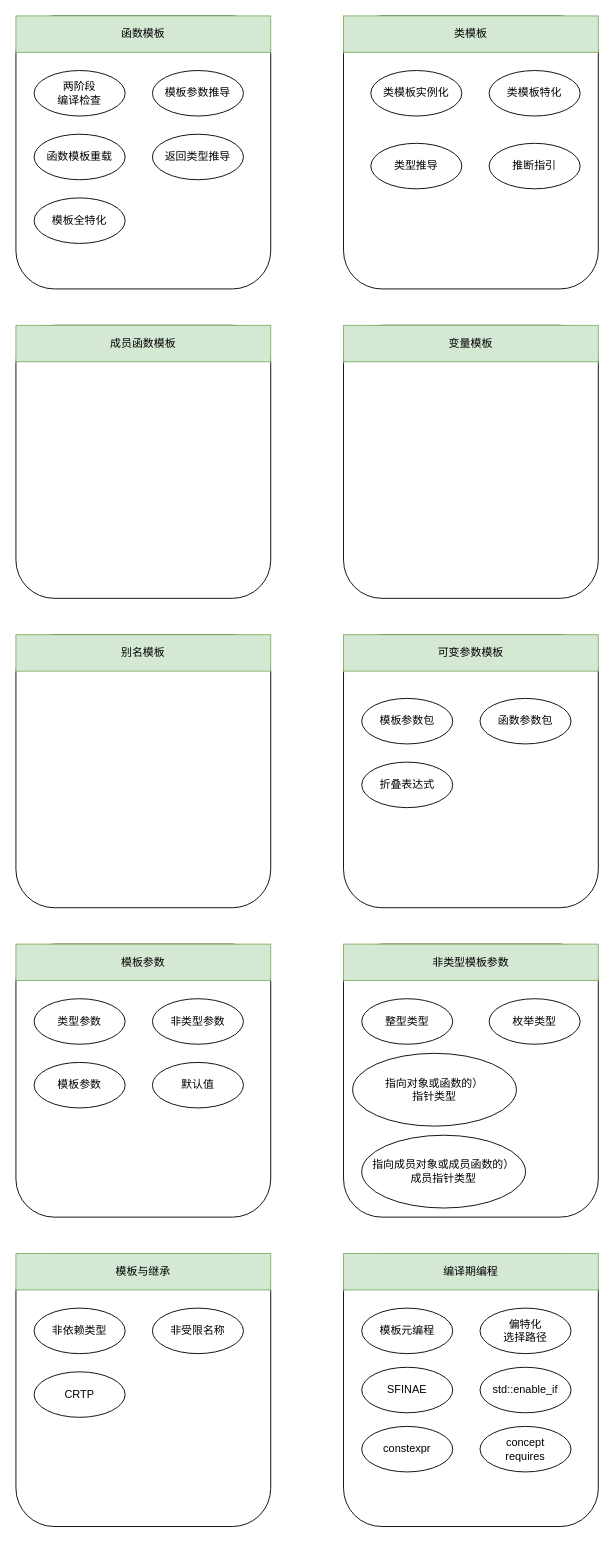
Earlier version of the draw.io diagram cplusplus_template_learning.drawio (ZiqingYip/moment). Source tidied: cells renumbered, new cells numbered last; positions are measured from the earlier drawing's top-left corner, leaving out a move shared by most shapes. Both pictures are drawn from the tidied source at 91%, with x=0, y=0 at pixel (15, 15).
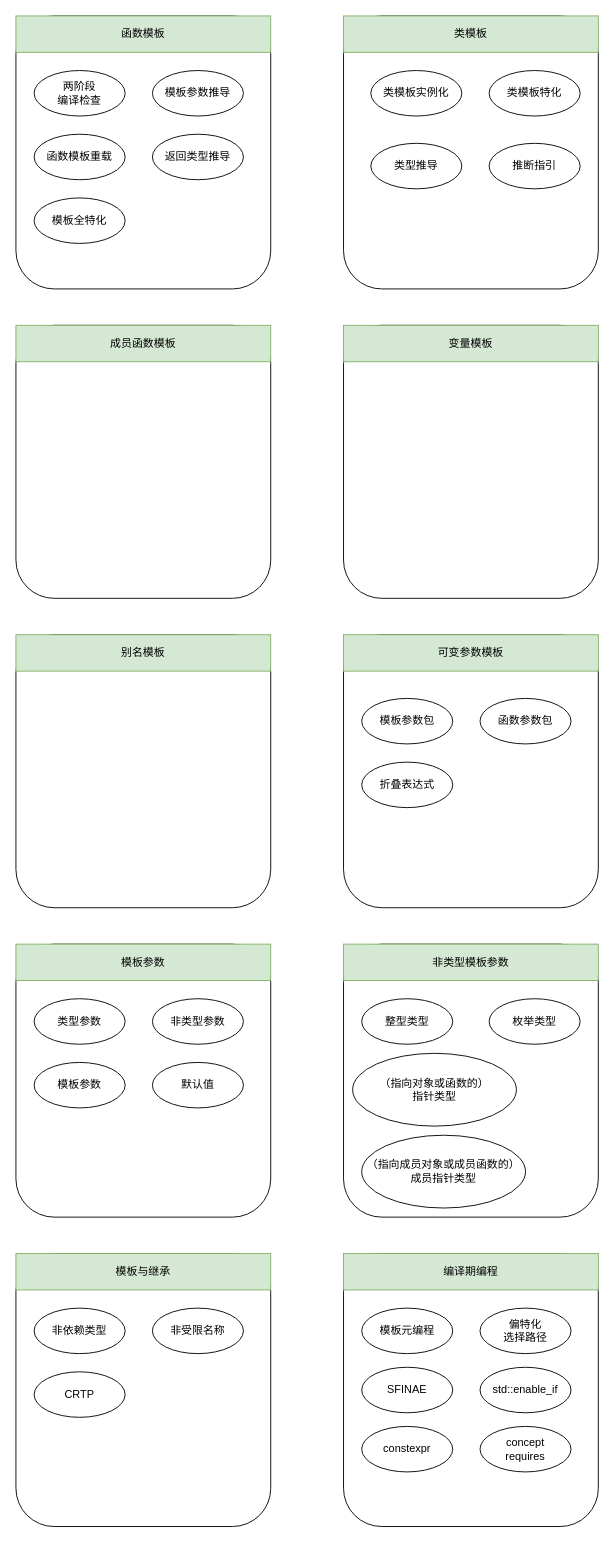
The same page after the edit.

Change to the diagram source:
```diff
@@
-    <mxCell id="28" value="指向对象或函数的）&lt;br&gt;指针类型" style="ellipse;whiteSpace=wrap;html=1;" parent="1" vertex="1">
+    <mxCell id="28" value="（指向对象或函数的）&lt;br&gt;指针类型" style="ellipse;whiteSpace=wrap;html=1;" parent="1" vertex="1">
       <mxGeometry x="370" y="1140" width="180" height="80" as="geometry" />
     </mxCell>
@@
-    <mxCell id="50" value="指向成员对象或成员函数的）&lt;br&gt;成员指针类型" style="ellipse;whiteSpace=wrap;html=1;" parent="1" vertex="1">
+    <mxCell id="50" value="（指向成员对象或成员函数的）&lt;br&gt;成员指针类型" style="ellipse;whiteSpace=wrap;html=1;" parent="1" vertex="1">
       <mxGeometry x="380" y="1230" width="180" height="80" as="geometry" />
     </mxCell>
```
